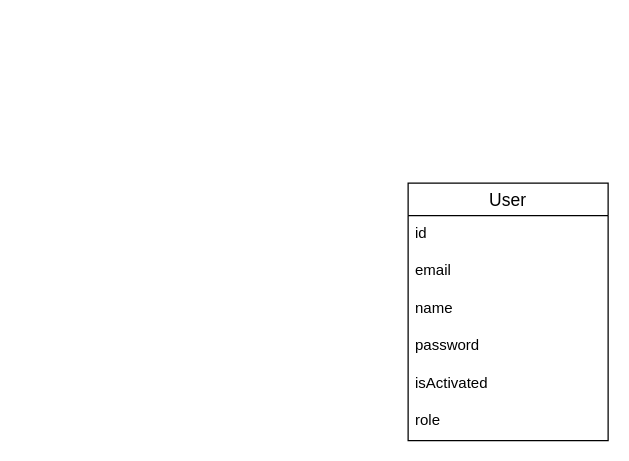
Above: Untitled Diagram.drawio in Nik68rus/myhoreca (draw.io), before the change. Source tidied: cells renumbered, new cells numbered last; positions are measured from the earlier drawing's top-left corner, leaving out a move shared by most shapes. Both pictures are drawn from the tidied source at 125%, with x=0, y=0 at pixel (408, 182).
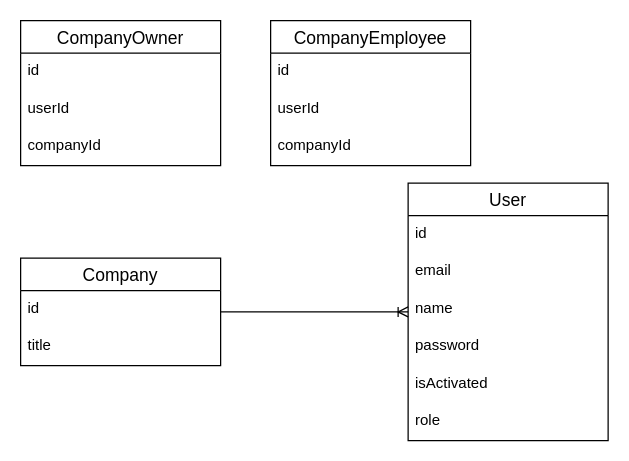
The same page after the edit.

The change refers to these unchanged cells:
```xml
<mxCell id="2" value="User" style="swimlane;fontStyle=0;horizontal=1;startSize=26;align=center;fontSize=14;" parent="1" vertex="1">
  <mxGeometry width="160" height="206" as="geometry" />
</mxCell>
```

Change to the diagram source:
```diff
@@
+    <mxCell id="9" value="Company" style="swimlane;fontStyle=0;horizontal=1;startSize=26;align=center;fontSize=14;" parent="1" vertex="1">
+      <mxGeometry x="-310" y="60" width="160" height="86" as="geometry" />
+    </mxCell>
+    <mxCell id="10" value="id" style="text;strokeColor=none;fillColor=none;spacingLeft=4;spacingRight=4;overflow=hidden;fontSize=12;" parent="9" vertex="1">
+      <mxGeometry y="26" width="160" height="30" as="geometry" />
+    </mxCell>
+    <mxCell id="11" value="title" style="text;strokeColor=none;fillColor=none;spacingLeft=4;spacingRight=4;overflow=hidden;fontSize=12;" parent="9" vertex="1">
+      <mxGeometry y="56" width="160" height="30" as="geometry" />
+    </mxCell>
+    <mxCell id="12" style="edgeStyle=entityRelationEdgeStyle;fontSize=12;html=1;endArrow=ERoneToMany;rounded=0;" parent="1" edge="1" source="9" target="2">
+      <mxGeometry relative="1" as="geometry" />
+    </mxCell>
+    <mxCell id="13" value="CompanyOwner" style="swimlane;fontStyle=0;horizontal=1;startSize=26;align=center;fontSize=14;" parent="1" vertex="1">
+      <mxGeometry x="-310" y="-130" width="160" height="116" as="geometry" />
+    </mxCell>
+    <mxCell id="14" value="id" style="text;strokeColor=none;fillColor=none;spacingLeft=4;spacingRight=4;overflow=hidden;fontSize=12;" parent="13" vertex="1">
+      <mxGeometry y="26" width="160" height="30" as="geometry" />
+    </mxCell>
+    <mxCell id="15" value="userId" style="text;strokeColor=none;fillColor=none;spacingLeft=4;spacingRight=4;overflow=hidden;fontSize=12;" parent="13" vertex="1">
+      <mxGeometry y="56" width="160" height="30" as="geometry" />
+    </mxCell>
+    <mxCell id="16" value="companyId" style="text;strokeColor=none;fillColor=none;spacingLeft=4;spacingRight=4;overflow=hidden;fontSize=12;" parent="13" vertex="1">
+      <mxGeometry y="86" width="160" height="30" as="geometry" />
+    </mxCell>
+    <mxCell id="17" value="CompanyEmployee" style="swimlane;fontStyle=0;horizontal=1;startSize=26;align=center;fontSize=14;" parent="1" vertex="1">
+      <mxGeometry x="-110" y="-130" width="160" height="116" as="geometry" />
+    </mxCell>
+    <mxCell id="18" value="id" style="text;strokeColor=none;fillColor=none;spacingLeft=4;spacingRight=4;overflow=hidden;fontSize=12;" parent="17" vertex="1">
+      <mxGeometry y="26" width="160" height="30" as="geometry" />
+    </mxCell>
+    <mxCell id="19" value="userId" style="text;strokeColor=none;fillColor=none;spacingLeft=4;spacingRight=4;overflow=hidden;fontSize=12;" parent="17" vertex="1">
+      <mxGeometry y="56" width="160" height="30" as="geometry" />
+    </mxCell>
+    <mxCell id="20" value="companyId" style="text;strokeColor=none;fillColor=none;spacingLeft=4;spacingRight=4;overflow=hidden;fontSize=12;" parent="17" vertex="1">
+      <mxGeometry y="86" width="160" height="30" as="geometry" />
+    </mxCell>
```
